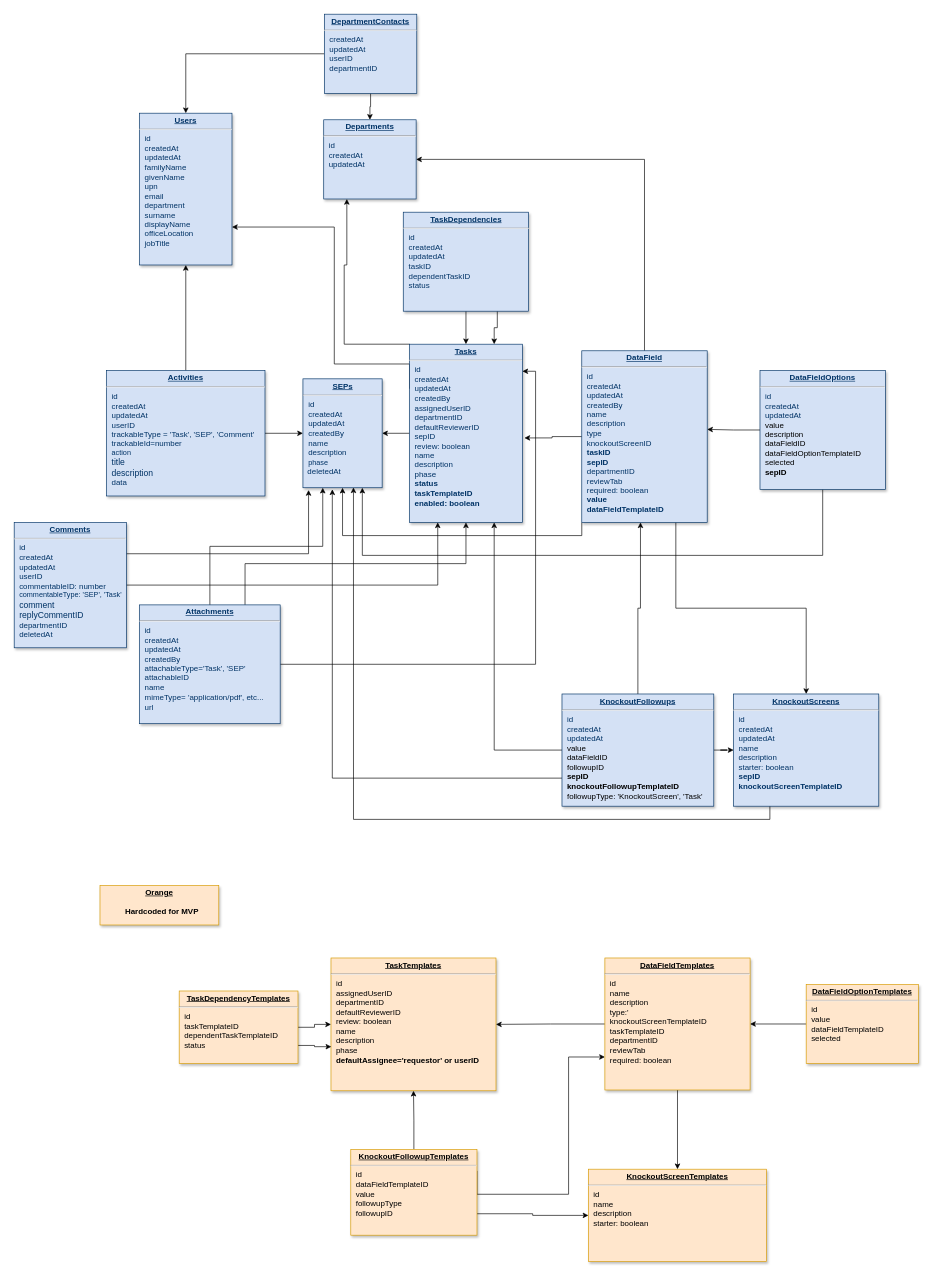
Before: docs/sep-database.drawio.xml in BitCoyote/Solution-Enablement-Process, a draw.io diagram. Source tidied: cells renumbered, new cells numbered last; positions are measured from the earlier drawing's top-left corner, leaving out a move shared by most shapes. Both pictures are drawn from the tidied source at 66%, with x=0, y=0 at pixel (14, 14).
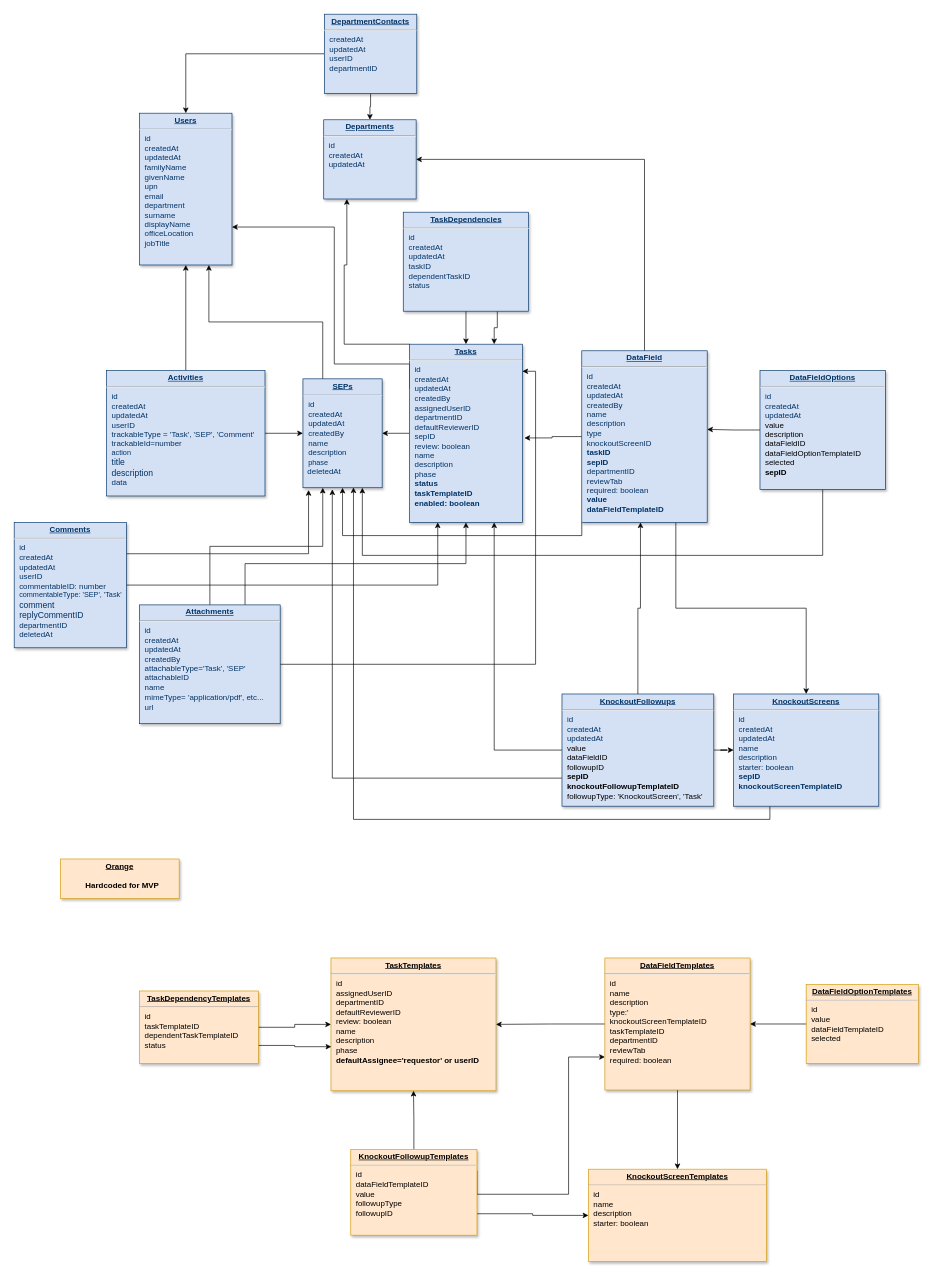
Above is the later version.

The change refers to these unchanged cells:
```xml
<mxCell id="2" value="&lt;p style=&quot;margin: 0px; margin-top: 4px; text-align: center; text-decoration: underline;&quot;&gt;&lt;strong&gt;Users&lt;/strong&gt;&lt;/p&gt;&lt;hr&gt;&lt;p style=&quot;margin: 0px; margin-left: 8px;&quot;&gt;id&lt;/p&gt;&lt;p style=&quot;margin: 0px; margin-left: 8px;&quot;&gt;createdAt&lt;/p&gt;&lt;p style=&quot;margin: 0px; margin-left: 8px;&quot;&gt;updatedAt&lt;/p&gt;&lt;p style=&quot;margin: 0px; margin-left: 8px;&quot;&gt;familyName&lt;/p&gt;&lt;p style=&quot;margin: 0px; margin-left: 8px;&quot;&gt;givenName&lt;/p&gt;&lt;p style=&quot;margin: 0px; margin-left: 8px;&quot;&gt;&lt;span style=&quot;background-color: initial;&quot;&gt;upn&lt;/span&gt;&lt;br&gt;&lt;/p&gt;&lt;p style=&quot;margin: 0px; margin-left: 8px;&quot;&gt;email&lt;/p&gt;&lt;p style=&quot;margin: 0px; margin-left: 8px;&quot;&gt;department&lt;/p&gt;&lt;p style=&quot;margin: 0px; margin-left: 8px;&quot;&gt;surname&lt;/p&gt;&lt;p style=&quot;margin: 0px; margin-left: 8px;&quot;&gt;displayName&lt;/p&gt;&lt;p style=&quot;margin: 0px; margin-left: 8px;&quot;&gt;officeLocation&lt;/p&gt;&lt;p style=&quot;margin: 0px; margin-left: 8px;&quot;&gt;jobTitle&lt;/p&gt;" style="verticalAlign=top;align=left;overflow=fill;fontSize=12;fontFamily=Helvetica;html=1;strokeColor=#003366;shadow=1;fillColor=#D4E1F5;fontColor=#003366;" parent="1" vertex="1">
  <mxGeometry x="190" y="150" width="140" height="230" as="geometry" />
</mxCell>
<mxCell id="13" value="&lt;p style=&quot;margin: 0px; margin-top: 4px; text-align: center; text-decoration: underline;&quot;&gt;&lt;strong&gt;SEPs&lt;/strong&gt;&lt;/p&gt;&lt;hr&gt;&lt;p style=&quot;margin: 0px; margin-left: 8px;&quot;&gt;&lt;span style=&quot;background-color: initial;&quot;&gt;id&lt;/span&gt;&lt;/p&gt;&lt;p style=&quot;margin: 0px; margin-left: 8px;&quot;&gt;&lt;span style=&quot;background-color: initial;&quot;&gt;createdAt&lt;/span&gt;&lt;br&gt;&lt;/p&gt;&lt;p style=&quot;margin: 0px; margin-left: 8px;&quot;&gt;updatedAt&lt;/p&gt;&lt;p style=&quot;margin: 0px; margin-left: 8px;&quot;&gt;createdBy&lt;/p&gt;&lt;p style=&quot;margin: 0px; margin-left: 8px;&quot;&gt;name&lt;/p&gt;&lt;p style=&quot;margin: 0px; margin-left: 8px;&quot;&gt;description&lt;/p&gt;&lt;p style=&quot;margin: 0px; margin-left: 8px;&quot;&gt;&lt;font style=&quot;font-size: 11px; background-color: initial;&quot;&gt;phase&amp;nbsp;&lt;/font&gt;&lt;br&gt;&lt;/p&gt;&amp;nbsp; deletedAt" style="verticalAlign=top;align=left;overflow=fill;fontSize=12;fontFamily=Helvetica;html=1;strokeColor=#003366;shadow=1;fillColor=#D4E1F5;fontColor=#003366;" parent="1" vertex="1">
  <mxGeometry x="437.5" y="552.5" width="120" height="165" as="geometry" />
</mxCell>
```

What changed in the source:
```diff
@@
+    <mxCell id="55" style="edgeStyle=orthogonalEdgeStyle;rounded=0;jettySize=auto;html=1;exitX=0.25;exitY=0;exitDx=0;exitDy=0;entryX=0.75;entryY=1;entryDx=0;entryDy=0;" parent="1" edge="1" source="13" target="2">
+      <mxGeometry relative="1" as="geometry" />
+    </mxCell>
@@
     <mxCell id="39" value="&lt;p style=&quot;margin: 4px 0px 0px; text-decoration: underline;&quot;&gt;Orange&lt;/p&gt;&lt;p style=&quot;margin: 0px; margin-left: 8px;&quot;&gt;&lt;br&gt;&lt;/p&gt;&lt;p style=&quot;margin: 0px; margin-left: 8px;&quot;&gt;Hardcoded for MVP&lt;/p&gt;" style="verticalAlign=top;align=center;overflow=fill;fontSize=12;fontFamily=Helvetica;html=1;strokeColor=#d79b00;shadow=1;fillColor=#ffe6cc;fontStyle=1;" parent="1" vertex="1">
-      <mxGeometry x="130" y="1320" width="180" height="60" as="geometry" />
+      <mxGeometry x="70" y="1280" width="180" height="60" as="geometry" />
     </mxCell>
@@
     <mxCell id="51" value="&lt;p style=&quot;margin: 0px; margin-top: 4px; text-align: center; text-decoration: underline;&quot;&gt;&lt;strong&gt;TaskDependencyTemplates&lt;/strong&gt;&lt;/p&gt;&lt;hr&gt;&lt;p style=&quot;margin: 0px; margin-left: 8px;&quot;&gt;&lt;span style=&quot;background-color: initial;&quot;&gt;id&lt;/span&gt;&lt;/p&gt;&lt;p style=&quot;margin: 0px; margin-left: 8px;&quot;&gt;&lt;span style=&quot;background-color: initial;&quot;&gt;taskTemplateID&lt;/span&gt;&lt;br&gt;&lt;/p&gt;&lt;p style=&quot;margin: 0px; margin-left: 8px;&quot;&gt;dependentTaskTemplateID&lt;/p&gt;&lt;p style=&quot;margin: 0px; margin-left: 8px;&quot;&gt;status&lt;/p&gt;&lt;p style=&quot;margin: 0px; margin-left: 8px;&quot;&gt;&lt;br&gt;&lt;/p&gt;" style="verticalAlign=top;align=left;overflow=fill;fontSize=12;fontFamily=Helvetica;html=1;strokeColor=#d79b00;shadow=1;fillColor=#ffe6cc;" parent="1" vertex="1">
-      <mxGeometry x="250" y="1480" width="180" height="110" as="geometry" />
+      <mxGeometry x="190" y="1480" width="180" height="110" as="geometry" />
     </mxCell>
```
